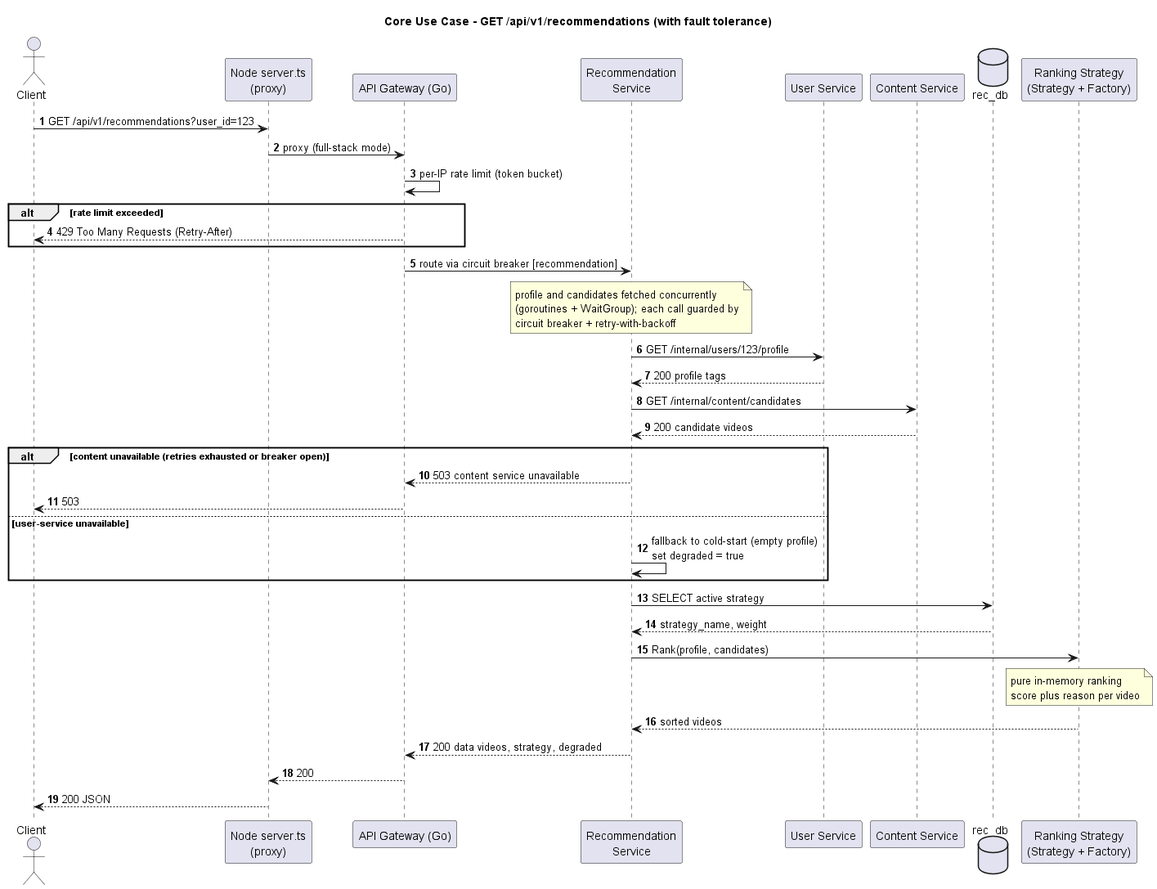
This is docs/architecture/png/sequence-get-recommendations.png from wwwwtou/capstone, a PlantUML export, as it was before one commit.
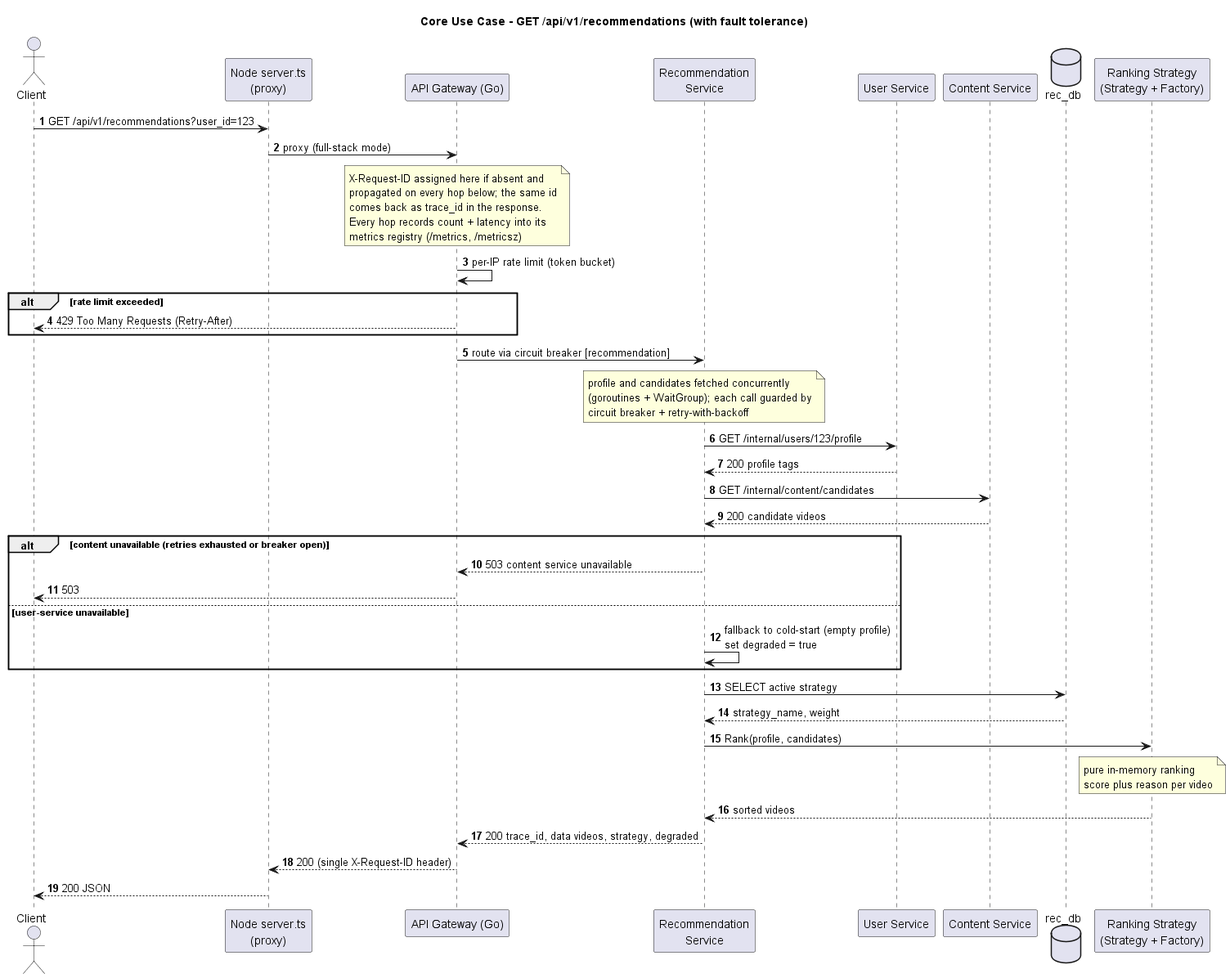
After the commit.

Change to the diagram source:
```diff
@@ -15,6 +15,8 @@
 
 Client -> BFF : GET /api/v1/recommendations?user_id=123
 BFF -> GW : proxy (full-stack mode)
+
+note over GW : X-Request-ID assigned here if absent and\npropagated on every hop below; the same id\ncomes back as trace_id in the response.\nEvery hop records count + latency into its\nmetrics registry (/metrics, /metricsz)
 
 GW -> GW : per-IP rate limit (token bucket)
 alt rate limit exceeded
@@ -41,7 +43,7 @@
 REC -> RNG : Rank(profile, candidates)
 note over RNG : pure in-memory ranking\nscore plus reason per video
 RNG --> REC : sorted videos
-REC --> GW : 200 data videos, strategy, degraded
-GW --> BFF : 200
+REC --> GW : 200 trace_id, data videos, strategy, degraded
+GW --> BFF : 200 (single X-Request-ID header)
 BFF --> Client : 200 JSON
 @enduml
```
